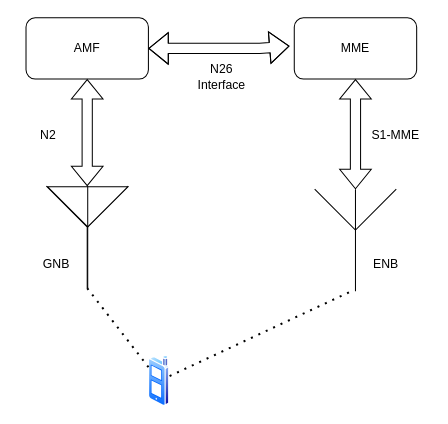
Before: n26.drawio in MustafaOmidian/5G-Trace-Analyzer, a draw.io diagram. Source tidied: cells renumbered, new cells numbered last; positions are measured from the earlier drawing's top-left corner, leaving out a move shared by most shapes. Both pictures are drawn from the tidied source at 102%, with x=0, y=0 at pixel (17, 17).
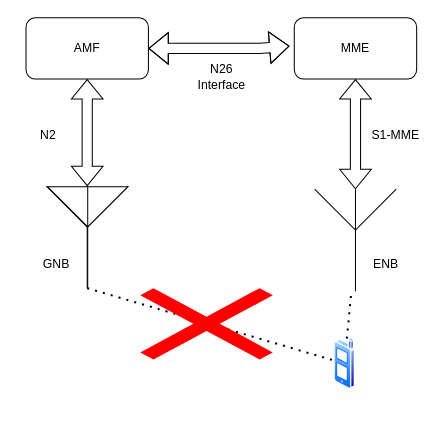
The same diagram, later.

What changed in the source:
```diff
@@
     <mxCell id="6" style="image;perimeter=ellipsePerimeter;html=1;align=center;shadow=0;dashed=0;spacingTop=3;image=img/lib/active_directory/cell_phone.svg;" parent="1" vertex="1">
-      <mxGeometry x="128" y="331" width="21" height="50" as="geometry" />
+      <mxGeometry x="310" y="314" width="21" height="50" as="geometry" />
     </mxCell>
@@
+    <mxCell id="18" style="shape=mxgraph.mockup.markup.redX;fillColor=#ff0000;html=1;shadow=0;whiteSpace=wrap;strokeColor=none;" parent="1" vertex="1">
+      <mxGeometry x="120" y="265" width="130" height="70" as="geometry" />
+    </mxCell>
```
